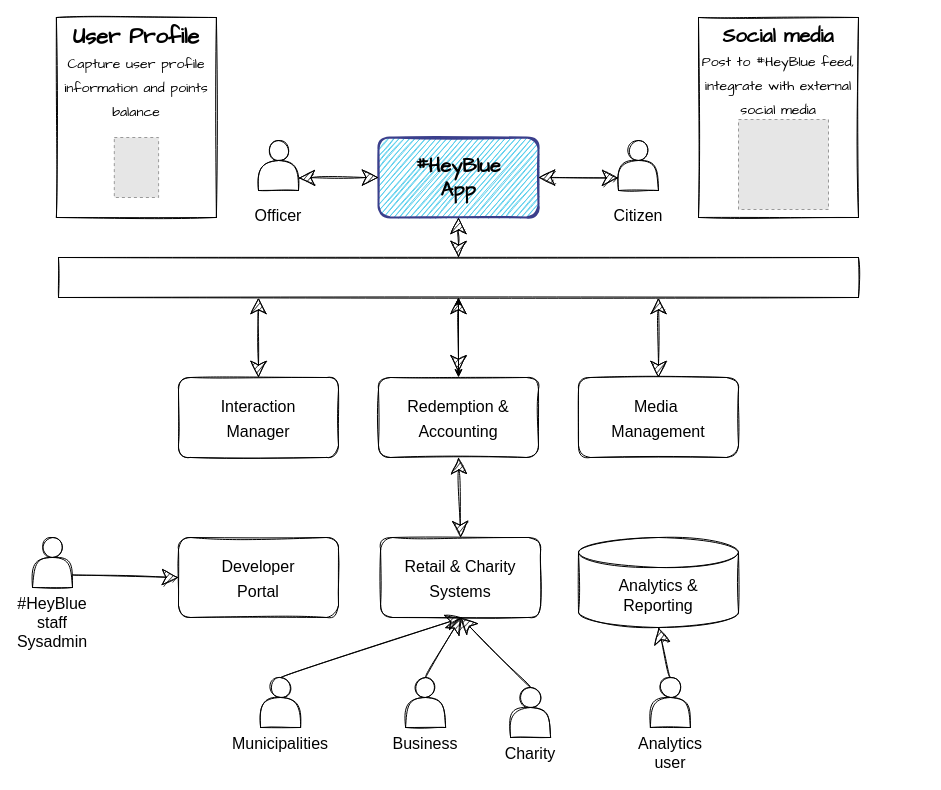
Above: page "Context & Vision" (1 of 2) of Vision and Context/context and vision.drawio in ITDependsQ42022/Hey-Blue (draw.io), before the change. Source tidied: cells renumbered, new cells numbered last; positions are measured from the earlier drawing's top-left corner, leaving out a move shared by most shapes. Both pictures are drawn from the tidied source at 100%, with x=0, y=0 at pixel (32, 17). Pictures stored in the file or linked from it are replaced by grey dashed boxes.
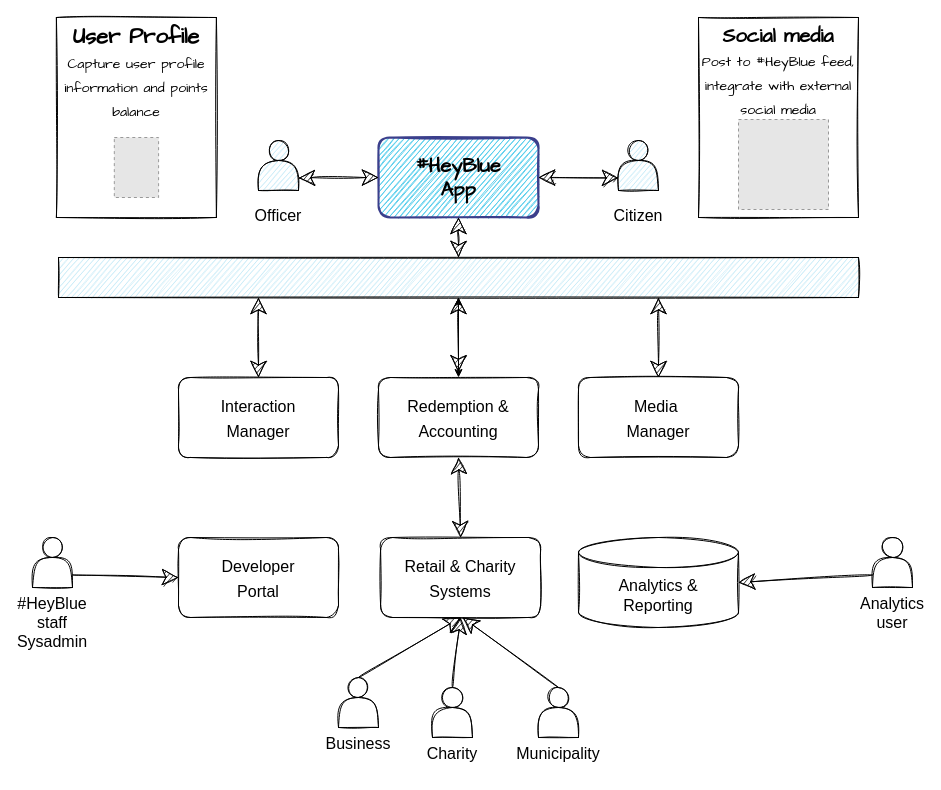
The same page after the edit.

Unchanged cells that the change refers to:
```xml
<mxCell id="24" value="Analytics &amp;amp;&lt;br&gt;Reporting" style="shape=cylinder3;whiteSpace=wrap;html=1;boundedLbl=1;backgroundOutline=1;size=15;shadow=0;sketch=1;fontFamily=Helvetica;fontSize=16;" parent="1" vertex="1">
  <mxGeometry x="546" y="520" width="160" height="90" as="geometry" />
</mxCell>
```

Change to the diagram source:
```diff
@@
     <mxCell id="2" value="Charity" style="shape=actor;whiteSpace=wrap;html=1;fontSize=16;sketch=1;labelPosition=center;verticalLabelPosition=bottom;align=center;verticalAlign=top;" parent="1" vertex="1">
-      <mxGeometry x="478.1" y="670" width="40" height="50" as="geometry" />
+      <mxGeometry x="400" y="670" width="40" height="50" as="geometry" />
     </mxCell>
     <mxCell id="3" value="Business" style="shape=actor;whiteSpace=wrap;html=1;fontSize=16;sketch=1;labelPosition=center;verticalLabelPosition=bottom;align=center;verticalAlign=top;" parent="1" vertex="1">
-      <mxGeometry x="373.1" y="660" width="40" height="50" as="geometry" />
+      <mxGeometry x="306" y="660" width="40" height="50" as="geometry" />
     </mxCell>
@@
-    <mxCell id="9" value="Officer" style="shape=actor;whiteSpace=wrap;html=1;fontSize=16;sketch=1;labelPosition=center;verticalLabelPosition=bottom;align=center;verticalAlign=middle;" parent="1" vertex="1">
+    <mxCell id="9" value="Officer" style="shape=actor;whiteSpace=wrap;html=1;fontSize=16;sketch=1;labelPosition=center;verticalLabelPosition=bottom;align=center;verticalAlign=middle;fillColor=#B7E4F4;" parent="1" vertex="1">
       <mxGeometry x="226" y="123" width="40" height="50" as="geometry" />
     </mxCell>
-    <mxCell id="10" value="Citizen" style="shape=actor;whiteSpace=wrap;html=1;fontSize=16;sketch=1;labelPosition=center;verticalLabelPosition=bottom;align=center;verticalAlign=middle;" parent="1" vertex="1">
+    <mxCell id="10" value="Citizen" style="shape=actor;whiteSpace=wrap;html=1;fontSize=16;sketch=1;labelPosition=center;verticalLabelPosition=bottom;align=center;verticalAlign=middle;fillColor=#B7E4F4;" parent="1" vertex="1">
       <mxGeometry x="586" y="123" width="40" height="50" as="geometry" />
     </mxCell>
@@
     <mxCell id="12" value="Analytics user" style="shape=actor;whiteSpace=wrap;html=1;fontSize=16;sketch=1;labelPosition=center;verticalLabelPosition=bottom;align=center;verticalAlign=top;" parent="1" vertex="1">
-      <mxGeometry x="617.9" y="660" width="40" height="50" as="geometry" />
+      <mxGeometry x="840" y="520" width="40" height="50" as="geometry" />
     </mxCell>
@@
-    <mxCell id="17" style="rounded=0;whiteSpace=wrap;html=1;shadow=0;sketch=1;" parent="1" vertex="1">
+    <mxCell id="17" style="rounded=0;whiteSpace=wrap;html=1;shadow=0;sketch=1;fillColor=#B7E4F4;" parent="1" vertex="1">
       <mxGeometry x="26" y="240" width="800" height="40" as="geometry" />
     </mxCell>
@@
-    <mxCell id="23" value="&lt;font face=&quot;Helvetica&quot;&gt;&lt;span style=&quot;font-size: 16px;&quot;&gt;Media&amp;nbsp;&lt;br&gt;Management&lt;br&gt;&lt;/span&gt;&lt;/font&gt;" style="rounded=1;whiteSpace=wrap;html=1;sketch=1;hachureGap=4;fontFamily=Architects Daughter;fontSize=20;shadow=0;fillStyle=auto;" parent="1" vertex="1">
+    <mxCell id="23" value="&lt;font face=&quot;Helvetica&quot;&gt;&lt;span style=&quot;font-size: 16px;&quot;&gt;Media&amp;nbsp;&lt;br&gt;Manager&lt;br&gt;&lt;/span&gt;&lt;/font&gt;" style="rounded=1;whiteSpace=wrap;html=1;sketch=1;hachureGap=4;fontFamily=Architects Daughter;fontSize=20;shadow=0;fillStyle=auto;" parent="1" vertex="1">
       <mxGeometry x="546" y="360" width="160" height="80" as="geometry" />
     </mxCell>
@@
-    <mxCell id="28" value="Municipalities&lt;br&gt;" style="shape=actor;whiteSpace=wrap;html=1;fontSize=16;sketch=1;labelPosition=center;verticalLabelPosition=bottom;align=center;verticalAlign=top;horizontal=1;" parent="1" vertex="1">
-      <mxGeometry x="228.1" y="660" width="40" height="50" as="geometry" />
+    <mxCell id="28" value="Municipality" style="shape=actor;whiteSpace=wrap;html=1;fontSize=16;sketch=1;labelPosition=center;verticalLabelPosition=bottom;align=center;verticalAlign=top;horizontal=1;" parent="1" vertex="1">
+      <mxGeometry x="506" y="670" width="40" height="50" as="geometry" />
     </mxCell>
@@
-    <mxCell id="30" style="endArrow=classic;html=1;rounded=0;sketch=1;hachureGap=4;fontFamily=Architects Daughter;fontSize=16;startSize=14;endSize=14;sourcePerimeterSpacing=8;targetPerimeterSpacing=8;curved=1;exitX=0.5;exitY=0;exitDx=0;exitDy=0;entryX=0.5;entryY=1;entryDx=0;entryDy=0;entryPerimeter=0;" parent="1" edge="1" source="12" target="24">
+    <mxCell id="30" style="endArrow=classic;html=1;rounded=0;sketch=1;hachureGap=4;fontFamily=Architects Daughter;fontSize=16;startSize=14;endSize=14;sourcePerimeterSpacing=8;targetPerimeterSpacing=8;curved=1;exitX=0;exitY=0.75;exitDx=0;exitDy=0;entryX=1;entryY=0.5;entryDx=0;entryDy=0;entryPerimeter=0;" parent="1" edge="1" source="12" target="24">
       <mxGeometry relative="1" as="geometry" />
     </mxCell>
```
